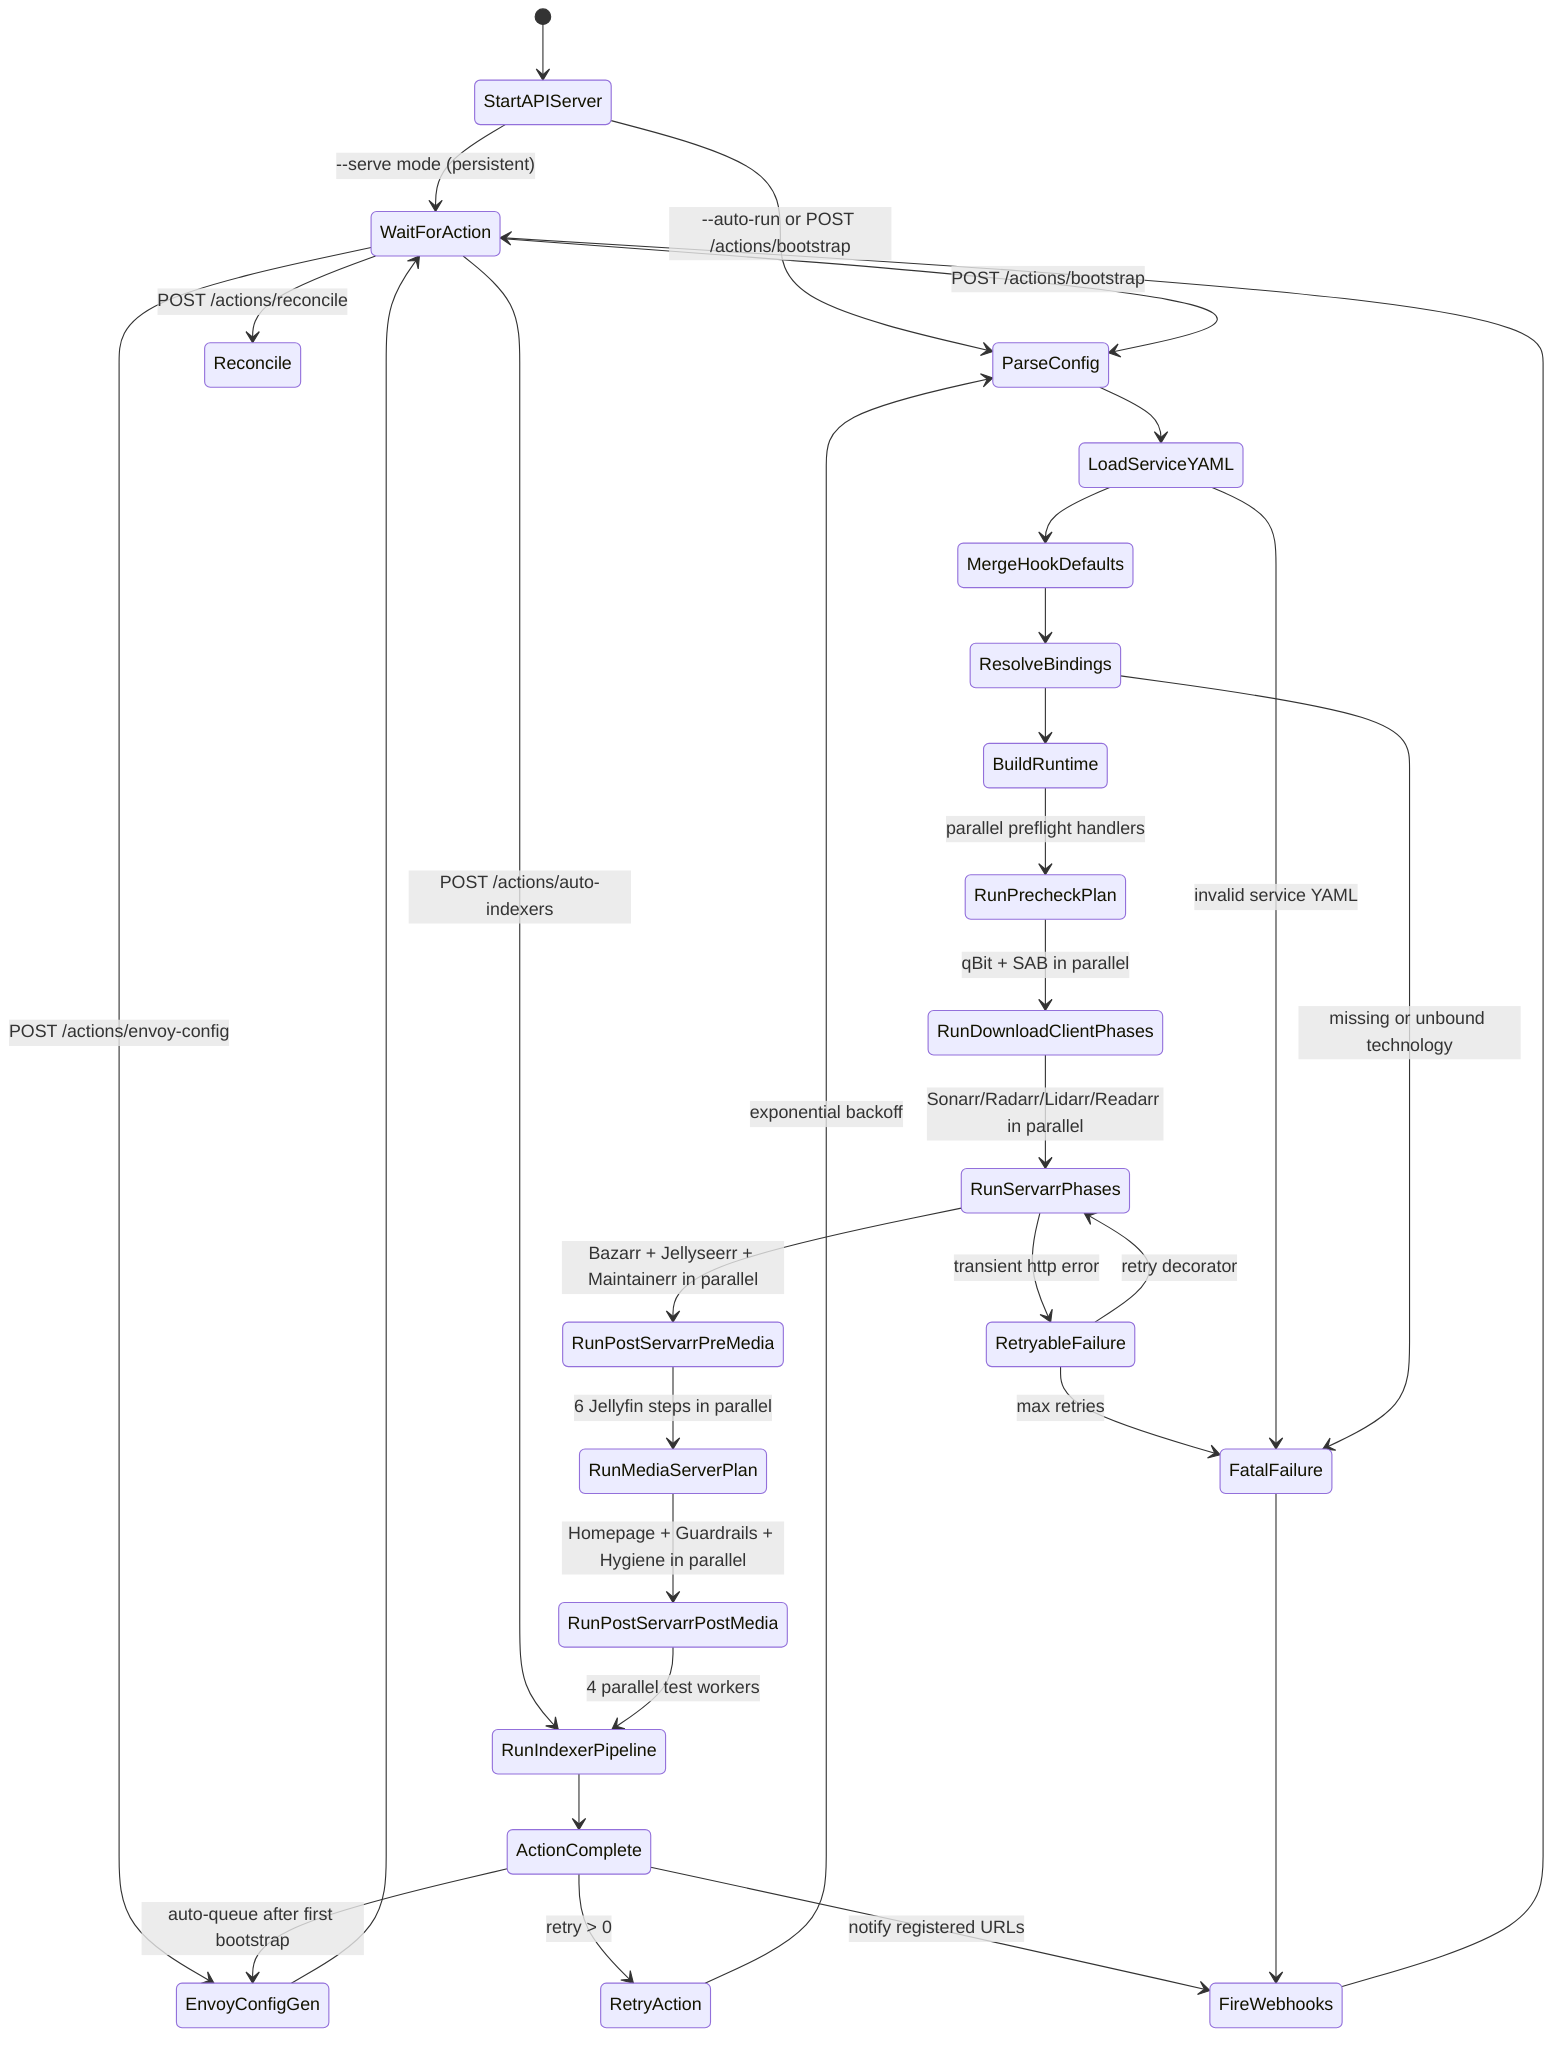
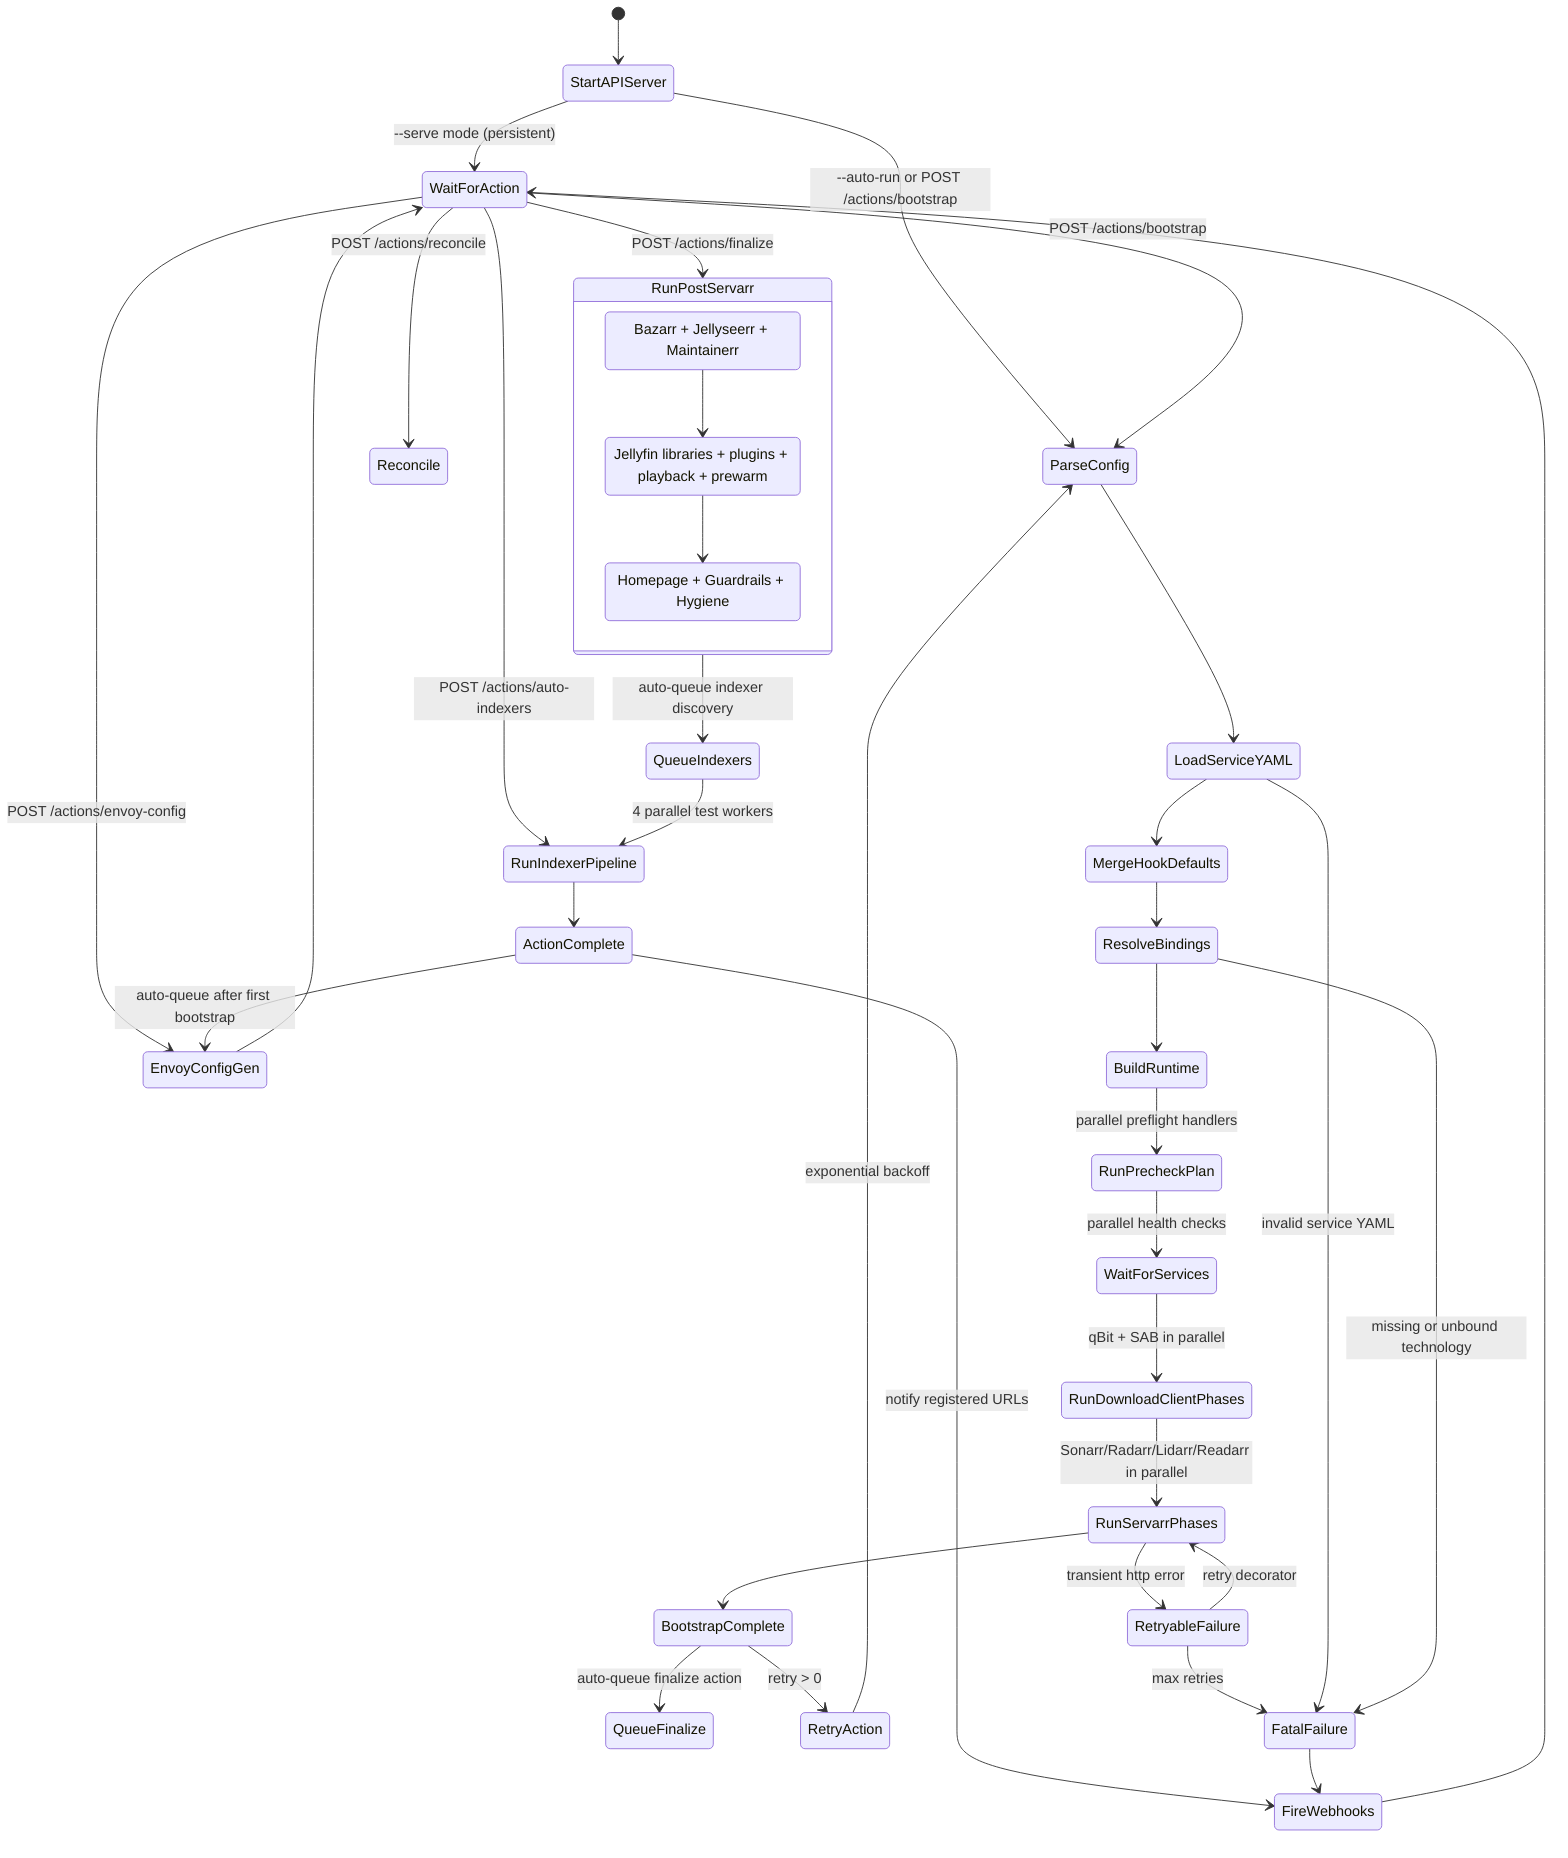
stateDiagram-v2
  [*] --> StartAPIServer
  StartAPIServer --> WaitForAction: --serve mode (persistent)
  StartAPIServer --> ParseConfig: --auto-run or POST /actions/bootstrap

  WaitForAction --> ParseConfig: POST /actions/bootstrap
+   WaitForAction --> RunPostServarr: POST /actions/finalize
  WaitForAction --> RunIndexerPipeline: POST /actions/auto-indexers
  WaitForAction --> EnvoyConfigGen: POST /actions/envoy-config
  WaitForAction --> Reconcile: POST /actions/reconcile

  ParseConfig --> LoadServiceYAML
  LoadServiceYAML --> MergeHookDefaults
  MergeHookDefaults --> ResolveBindings
  ResolveBindings --> BuildRuntime

  BuildRuntime --> RunPrecheckPlan: parallel preflight handlers
-   RunPrecheckPlan --> RunDownloadClientPhases: qBit + SAB in parallel
+   RunPrecheckPlan --> WaitForServices: parallel health checks
+   WaitForServices --> RunDownloadClientPhases: qBit + SAB in parallel
  RunDownloadClientPhases --> RunServarrPhases: Sonarr/Radarr/Lidarr/Readarr in parallel
-   RunServarrPhases --> RunPostServarrPreMedia: Bazarr + Jellyseerr + Maintainerr in parallel
-   RunPostServarrPreMedia --> RunMediaServerPlan: 6 Jellyfin steps in parallel
-   RunMediaServerPlan --> RunPostServarrPostMedia: Homepage + Guardrails + Hygiene in parallel
-   RunPostServarrPostMedia --> RunIndexerPipeline: 4 parallel test workers
+   RunServarrPhases --> BootstrapComplete
+   BootstrapComplete --> QueueFinalize: auto-queue finalize action
+ 
+   state RunPostServarr {
+     PostServarrPreMedia: Bazarr + Jellyseerr + Maintainerr
+     MediaServerPlan: Jellyfin libraries + plugins + playback + prewarm
+     PostServarrPostMedia: Homepage + Guardrails + Hygiene
+     PostServarrPreMedia --> MediaServerPlan
+     MediaServerPlan --> PostServarrPostMedia
+   }
+ 
+   RunPostServarr --> QueueIndexers: auto-queue indexer discovery
+   QueueIndexers --> RunIndexerPipeline: 4 parallel test workers
  RunIndexerPipeline --> ActionComplete
  ActionComplete --> EnvoyConfigGen: auto-queue after first bootstrap
  EnvoyConfigGen --> WaitForAction

-   ActionComplete --> RetryAction: retry > 0
+   BootstrapComplete --> RetryAction: retry > 0
  RetryAction --> ParseConfig: exponential backoff

  RunServarrPhases --> RetryableFailure: transient http error
  RetryableFailure --> RunServarrPhases: retry decorator
  RetryableFailure --> FatalFailure: max retries

  ActionComplete --> FireWebhooks: notify registered URLs
  FatalFailure --> FireWebhooks
  FireWebhooks --> WaitForAction

  LoadServiceYAML --> FatalFailure: invalid service YAML
  ResolveBindings --> FatalFailure: missing or unbound technology
